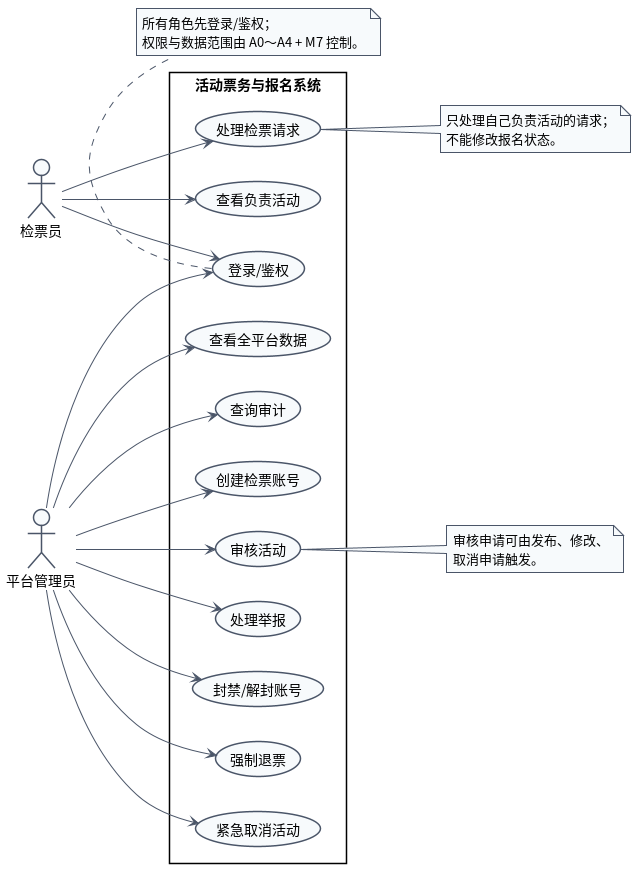
The PlantUML diagram lab2/UML/UML用例图_检票与管理员.png in Lewis-44-China/se-lab1-requirements, before a commit. The source it was exported from:
```plantuml
@startuml UML用例图_检票与管理员
left to right direction
skinparam shadowing false
skinparam defaultFontName "Noto Sans CJK SC"
skinparam packageStyle rectangle
skinparam ArrowColor #4A5568
skinparam noteBackgroundColor #F7FAFC
skinparam noteBorderColor #4A5568
skinparam usecase {
  BackgroundColor #F7FAFC
  BorderColor #4A5568
}
skinparam actor {
  BackgroundColor #F7FAFC
  BorderColor #4A5568
}
actor "检票员" as Inspector
actor "平台管理员" as Admin
rectangle "活动票务与报名系统" {
  usecase "登录/鉴权" as Login
  usecase "查看负责活动" as InspectorActivities
  usecase "处理检票请求" as ProcessCheck
  usecase "审核活动" as Review
  usecase "处理举报" as HandleReport
  usecase "封禁/解封账号" as Ban
  usecase "强制退票" as ForceRefund
  usecase "紧急取消活动" as EmergencyCancel
  usecase "查看全平台数据" as PlatformData
  usecase "查询审计" as Audit
  usecase "创建检票账号" as CreateInspector
}
Inspector --> Login
Admin --> Login
Inspector --> InspectorActivities
Inspector --> ProcessCheck
Admin --> Review
Admin --> HandleReport
Admin --> Ban
Admin --> ForceRefund
Admin --> EmergencyCancel
Admin --> PlatformData
Admin --> Audit
Admin --> CreateInspector
note right of Review
  审核申请可由发布、修改、
  取消申请触发。
end note
note right of ProcessCheck
  只处理自己负责活动的请求；
  不能修改报名状态。
end note
note bottom of Login
  所有角色先登录/鉴权；
  权限与数据范围由 A0～A4 + M7 控制。
end note
@enduml
```
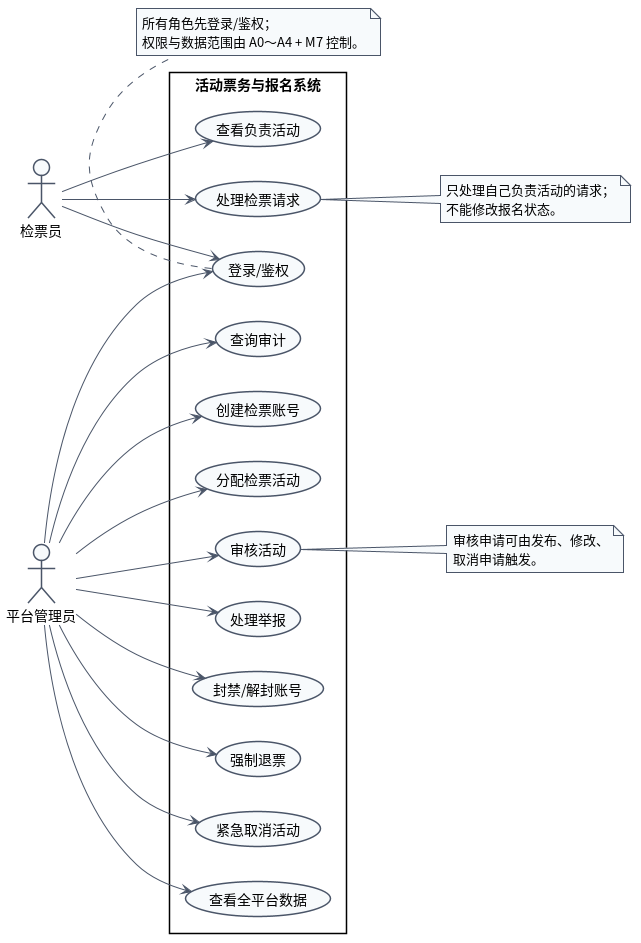
After the commit.

Diff of the diagram source:
```diff
@@ -28,6 +28,7 @@
   usecase "查看全平台数据" as PlatformData
   usecase "查询审计" as Audit
   usecase "创建检票账号" as CreateInspector
+  usecase "分配检票活动" as AssignInspector
 }
 Inspector --> Login
 Admin --> Login
@@ -41,6 +42,7 @@
 Admin --> PlatformData
 Admin --> Audit
 Admin --> CreateInspector
+Admin --> AssignInspector
 note right of Review
   审核申请可由发布、修改、
   取消申请触发。
```
